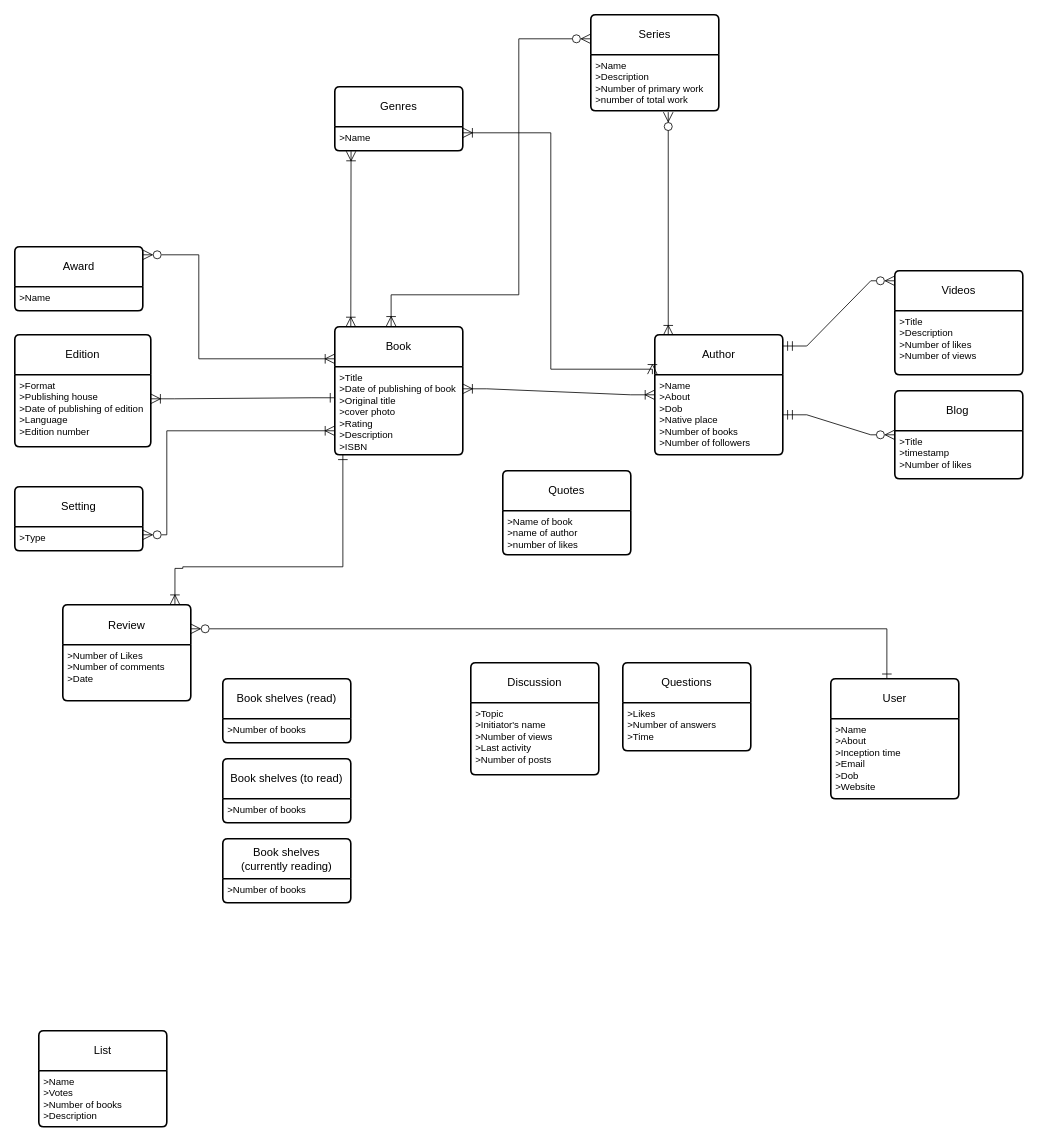
This is Untitled Diagram.drawio from AyushSaxena01/erd, a draw.io file, before an edit. Source tidied: cells renumbered, new cells numbered last; positions are measured from the earlier drawing's top-left corner, leaving out a move shared by most shapes. Both pictures are drawn from the tidied source at 80%, with x=0, y=0 at pixel (14, 14).
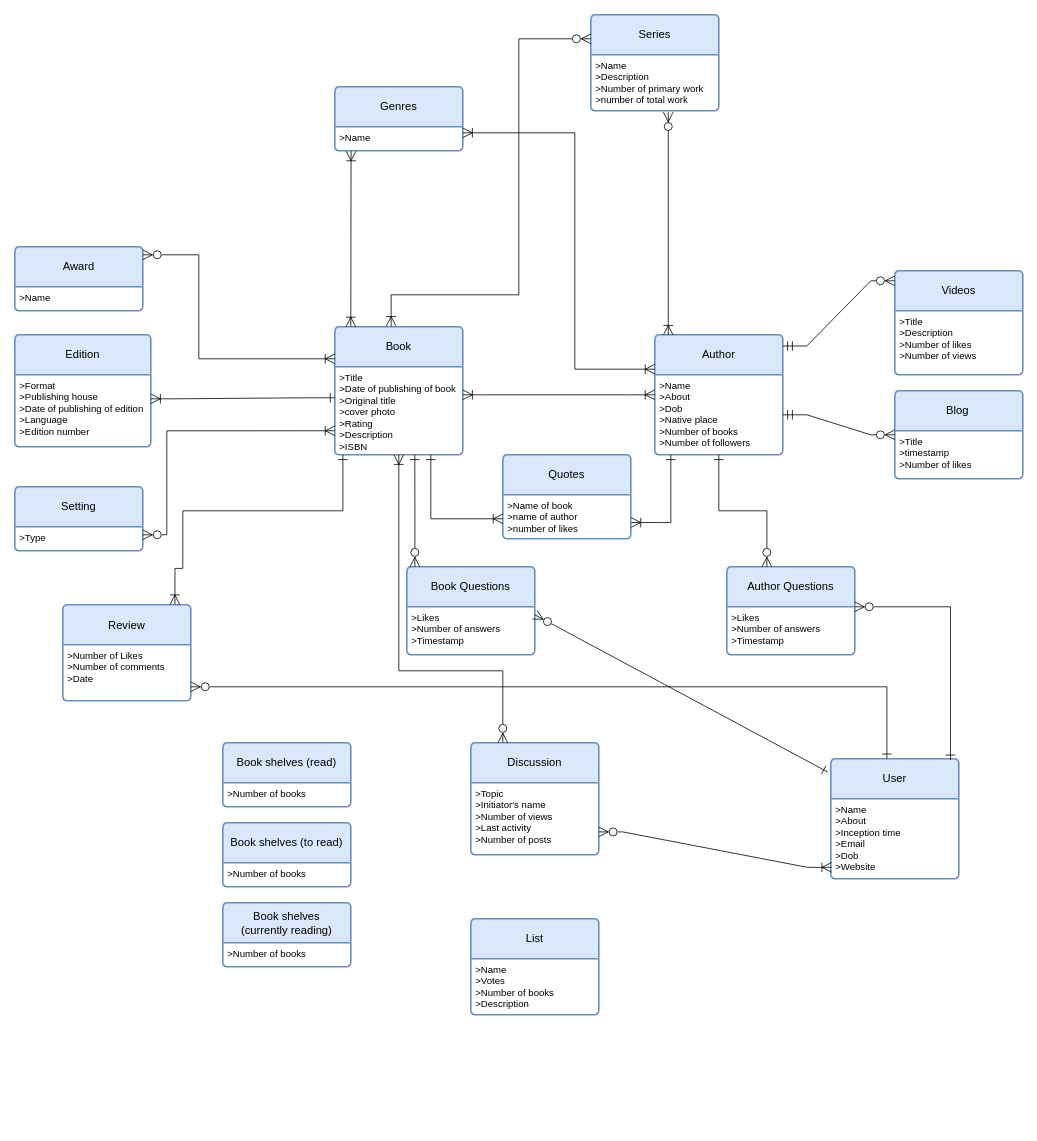
Above is the later version.

Unchanged cells that the change refers to:
```xml
<mxCell id="3" value="&amp;gt;Title&lt;br&gt;&amp;gt;Date of publishing of book&lt;br&gt;&amp;gt;Original title&lt;br&gt;&amp;gt;cover photo&lt;br&gt;&amp;gt;Rating&lt;br&gt;&amp;gt;Description&lt;br&gt;&amp;gt;ISBN" style="align=left;strokeColor=none;fillColor=none;spacingLeft=4;fontSize=12;verticalAlign=top;html=1;" parent="2" vertex="1">
  <mxGeometry y="50" width="160" height="110" as="geometry" />
</mxCell>
<mxCell id="5" value="&amp;gt;Name&lt;br&gt;&amp;gt;About&lt;br&gt;&amp;gt;Dob&lt;br&gt;&amp;gt;Native place&lt;br&gt;&amp;gt;Number of books&lt;br&gt;&amp;gt;Number of followers" style="align=left;strokeColor=none;fillColor=none;spacingLeft=4;fontSize=12;verticalAlign=top;html=1;" parent="4" vertex="1">
  <mxGeometry y="50" width="160" height="100" as="geometry" />
</mxCell>
<mxCell id="7" value="&amp;gt;Number of Likes&lt;br&gt;&amp;gt;Number of comments&lt;br&gt;&amp;gt;Date&amp;nbsp;" style="align=left;strokeColor=none;fillColor=none;spacingLeft=4;fontSize=12;verticalAlign=top;html=1;" parent="6" vertex="1">
  <mxGeometry y="50" width="160" height="70" as="geometry" />
</mxCell>
<mxCell id="9" value="&amp;gt;Name" style="align=left;strokeColor=none;fillColor=none;spacingLeft=4;fontSize=12;verticalAlign=top;html=1;" parent="8" vertex="1">
  <mxGeometry y="50" width="160" height="30" as="geometry" />
</mxCell>
<mxCell id="19" value="&amp;gt;Name of book&lt;br&gt;&amp;gt;name of author&lt;br&gt;&amp;gt;number of likes" style="align=left;strokeColor=none;fillColor=none;spacingLeft=4;fontSize=12;verticalAlign=top;html=1;" parent="18" vertex="1">
  <mxGeometry y="50" width="160" height="55" as="geometry" />
</mxCell>
<mxCell id="21" value="&amp;gt;Topic&lt;br&gt;&amp;gt;Initiator's name&lt;br&gt;&amp;gt;Number of views&lt;br&gt;&amp;gt;Last activity&lt;br&gt;&amp;gt;Number of posts" style="align=left;strokeColor=none;fillColor=none;spacingLeft=4;fontSize=12;verticalAlign=top;html=1;" parent="20" vertex="1">
  <mxGeometry y="50" width="160" height="90" as="geometry" />
</mxCell>
<mxCell id="27" value="&amp;gt;Name&lt;br&gt;&amp;gt;About&lt;br&gt;&amp;gt;Inception time&lt;br&gt;&amp;gt;Email&lt;br&gt;&amp;gt;Dob&lt;br&gt;&amp;gt;Website" style="align=left;strokeColor=none;fillColor=none;spacingLeft=4;fontSize=12;verticalAlign=top;html=1;" parent="26" vertex="1">
  <mxGeometry y="50" width="160" height="100" as="geometry" />
</mxCell>
```

Change to the diagram source:
```diff
@@
-    <mxCell id="2" value="Book" style="swimlane;horizontal=1;startSize=50;rounded=1;fontSize=14;fontStyle=0;strokeWidth=2;shadow=0;dashed=0;align=center;arcSize=4;whiteSpace=wrap;html=1;" parent="1" vertex="1">
+    <mxCell id="2" value="Book" style="swimlane;horizontal=1;startSize=50;rounded=1;fontSize=14;fontStyle=0;strokeWidth=2;shadow=0;dashed=0;align=center;arcSize=4;whiteSpace=wrap;html=1;fillColor=#dae8fc;strokeColor=#6c8ebf;" parent="1" vertex="1">
       <mxGeometry x="400" y="390" width="160" height="160" as="geometry" />
     </mxCell>
@@
-    <mxCell id="4" value="Author" style="swimlane;horizontal=1;startSize=50;rounded=1;fontSize=14;fontStyle=0;strokeWidth=2;shadow=0;dashed=0;align=center;arcSize=4;whiteSpace=wrap;html=1;" parent="1" vertex="1">
+    <mxCell id="4" value="Author" style="swimlane;horizontal=1;startSize=50;rounded=1;fontSize=14;fontStyle=0;strokeWidth=2;shadow=0;dashed=0;align=center;arcSize=4;whiteSpace=wrap;html=1;fillColor=#dae8fc;strokeColor=#6c8ebf;" parent="1" vertex="1">
       <mxGeometry x="800" y="400" width="160" height="150" as="geometry" />
     </mxCell>
@@
-    <mxCell id="6" value="Review" style="swimlane;horizontal=1;startSize=50;rounded=1;fontSize=14;fontStyle=0;strokeWidth=2;shadow=0;dashed=0;align=center;arcSize=4;whiteSpace=wrap;html=1;" parent="1" vertex="1">
+    <mxCell id="6" value="Review" style="swimlane;horizontal=1;startSize=50;rounded=1;fontSize=14;fontStyle=0;strokeWidth=2;shadow=0;dashed=0;align=center;arcSize=4;whiteSpace=wrap;html=1;fillColor=#dae8fc;strokeColor=#6c8ebf;" parent="1" vertex="1">
       <mxGeometry x="60" y="737.5" width="160" height="120" as="geometry" />
     </mxCell>
@@
-    <mxCell id="8" value="Genres" style="swimlane;horizontal=1;startSize=50;rounded=1;fontSize=14;fontStyle=0;strokeWidth=2;shadow=0;dashed=0;align=center;arcSize=4;whiteSpace=wrap;html=1;" parent="1" vertex="1">
+    <mxCell id="8" value="Genres" style="swimlane;horizontal=1;startSize=50;rounded=1;fontSize=14;fontStyle=0;strokeWidth=2;shadow=0;dashed=0;align=center;arcSize=4;whiteSpace=wrap;html=1;fillColor=#dae8fc;strokeColor=#6c8ebf;" parent="1" vertex="1">
       <mxGeometry x="400" y="90" width="160" height="80" as="geometry" />
     </mxCell>
@@
-    <mxCell id="10" value="Series" style="swimlane;horizontal=1;startSize=50;rounded=1;fontSize=14;fontStyle=0;strokeWidth=2;shadow=0;dashed=0;align=center;arcSize=4;whiteSpace=wrap;html=1;" parent="1" vertex="1">
+    <mxCell id="10" value="Series" style="swimlane;horizontal=1;startSize=50;rounded=1;fontSize=14;fontStyle=0;strokeWidth=2;shadow=0;dashed=0;align=center;arcSize=4;whiteSpace=wrap;html=1;fillColor=#dae8fc;strokeColor=#6c8ebf;" parent="1" vertex="1">
       <mxGeometry x="720" width="160" height="120" as="geometry" />
     </mxCell>
@@
-    <mxCell id="12" value="Setting" style="swimlane;horizontal=1;startSize=50;rounded=1;fontSize=14;fontStyle=0;strokeWidth=2;shadow=0;dashed=0;align=center;arcSize=4;whiteSpace=wrap;html=1;" parent="1" vertex="1">
+    <mxCell id="12" value="Setting" style="swimlane;horizontal=1;startSize=50;rounded=1;fontSize=14;fontStyle=0;strokeWidth=2;shadow=0;dashed=0;align=center;arcSize=4;whiteSpace=wrap;html=1;fillColor=#dae8fc;strokeColor=#6c8ebf;" parent="1" vertex="1">
       <mxGeometry y="590" width="160" height="80" as="geometry" />
     </mxCell>
@@
-    <mxCell id="14" value="Award" style="swimlane;horizontal=1;startSize=50;rounded=1;fontSize=14;fontStyle=0;strokeWidth=2;shadow=0;dashed=0;align=center;arcSize=4;whiteSpace=wrap;html=1;" parent="1" vertex="1">
+    <mxCell id="14" value="Award" style="swimlane;horizontal=1;startSize=50;rounded=1;fontSize=14;fontStyle=0;strokeWidth=2;shadow=0;dashed=0;align=center;arcSize=4;whiteSpace=wrap;html=1;fillColor=#dae8fc;strokeColor=#6c8ebf;" parent="1" vertex="1">
       <mxGeometry y="290" width="160" height="80" as="geometry" />
     </mxCell>
@@
-    <mxCell id="16" value="Edition" style="swimlane;horizontal=1;startSize=50;rounded=1;fontSize=14;fontStyle=0;strokeWidth=2;shadow=0;dashed=0;align=center;arcSize=4;whiteSpace=wrap;html=1;" parent="1" vertex="1">
+    <mxCell id="16" value="Edition" style="swimlane;horizontal=1;startSize=50;rounded=1;fontSize=14;fontStyle=0;strokeWidth=2;shadow=0;dashed=0;align=center;arcSize=4;whiteSpace=wrap;html=1;fillColor=#dae8fc;strokeColor=#6c8ebf;" parent="1" vertex="1">
       <mxGeometry y="400" width="170" height="140" as="geometry" />
     </mxCell>
@@
-    <mxCell id="18" value="Quotes" style="swimlane;horizontal=1;startSize=50;rounded=1;fontSize=14;fontStyle=0;strokeWidth=2;shadow=0;dashed=0;align=center;arcSize=4;whiteSpace=wrap;html=1;" parent="1" vertex="1">
-      <mxGeometry x="610" y="570" width="160" height="105" as="geometry" />
+    <mxCell id="18" value="Quotes" style="swimlane;horizontal=1;startSize=50;rounded=1;fontSize=14;fontStyle=0;strokeWidth=2;shadow=0;dashed=0;align=center;arcSize=4;whiteSpace=wrap;html=1;fillColor=#dae8fc;strokeColor=#6c8ebf;" parent="1" vertex="1">
+      <mxGeometry x="610" y="550" width="160" height="105" as="geometry" />
     </mxCell>
@@
-    <mxCell id="20" value="Discussion" style="swimlane;horizontal=1;startSize=50;rounded=1;fontSize=14;fontStyle=0;strokeWidth=2;shadow=0;dashed=0;align=center;arcSize=4;whiteSpace=wrap;html=1;" parent="1" vertex="1">
-      <mxGeometry x="570" y="810" width="160" height="140" as="geometry" />
+    <mxCell id="20" value="Discussion" style="swimlane;horizontal=1;startSize=50;rounded=1;fontSize=14;fontStyle=0;strokeWidth=2;shadow=0;dashed=0;align=center;arcSize=4;whiteSpace=wrap;html=1;fillColor=#dae8fc;strokeColor=#6c8ebf;" parent="1" vertex="1">
+      <mxGeometry x="570" y="910" width="160" height="140" as="geometry" />
     </mxCell>
@@
-    <mxCell id="22" value="Questions" style="swimlane;horizontal=1;startSize=50;rounded=1;fontSize=14;fontStyle=0;strokeWidth=2;shadow=0;dashed=0;align=center;arcSize=4;whiteSpace=wrap;html=1;" parent="1" vertex="1">
-      <mxGeometry x="760" y="810" width="160" height="110" as="geometry" />
+    <mxCell id="22" value="Author Questions" style="swimlane;horizontal=1;startSize=50;rounded=1;fontSize=14;fontStyle=0;strokeWidth=2;shadow=0;dashed=0;align=center;arcSize=4;whiteSpace=wrap;html=1;fillColor=#dae8fc;strokeColor=#6c8ebf;" parent="1" vertex="1">
+      <mxGeometry x="890" y="690" width="160" height="110" as="geometry" />
     </mxCell>
-    <mxCell id="23" value="&amp;gt;Likes&lt;br&gt;&amp;gt;Number of answers&lt;br&gt;&amp;gt;Time" style="align=left;strokeColor=none;fillColor=none;spacingLeft=4;fontSize=12;verticalAlign=top;html=1;" parent="22" vertex="1">
+    <mxCell id="23" value="&amp;gt;Likes&lt;br&gt;&amp;gt;Number of answers&lt;br&gt;&amp;gt;Timestamp" style="align=left;strokeColor=none;fillColor=none;spacingLeft=4;fontSize=12;verticalAlign=top;html=1;" parent="22" vertex="1">
       <mxGeometry y="50" width="160" height="60" as="geometry" />
     </mxCell>
-    <mxCell id="24" value="List" style="swimlane;horizontal=1;startSize=50;rounded=1;fontSize=14;fontStyle=0;strokeWidth=2;shadow=0;dashed=0;align=center;arcSize=4;whiteSpace=wrap;html=1;" parent="1" vertex="1">
-      <mxGeometry x="30" y="1270" width="160" height="120" as="geometry" />
+    <mxCell id="24" value="List" style="swimlane;horizontal=1;startSize=50;rounded=1;fontSize=14;fontStyle=0;strokeWidth=2;shadow=0;dashed=0;align=center;arcSize=4;whiteSpace=wrap;html=1;fillColor=#dae8fc;strokeColor=#6c8ebf;" parent="1" vertex="1">
+      <mxGeometry x="570" y="1130" width="160" height="120" as="geometry" />
     </mxCell>
@@
-    <mxCell id="26" value="User" style="swimlane;horizontal=1;startSize=50;rounded=1;fontSize=14;fontStyle=0;strokeWidth=2;shadow=0;dashed=0;align=center;arcSize=4;whiteSpace=wrap;html=1;" parent="1" vertex="1">
-      <mxGeometry x="1020" y="830" width="160" height="150" as="geometry" />
+    <mxCell id="26" value="User" style="swimlane;horizontal=1;startSize=50;rounded=1;fontSize=14;fontStyle=0;strokeWidth=2;shadow=0;dashed=0;align=center;arcSize=4;whiteSpace=wrap;html=1;fillColor=#dae8fc;strokeColor=#6c8ebf;" parent="1" vertex="1">
+      <mxGeometry x="1020" y="930" width="160" height="150" as="geometry" />
     </mxCell>
@@
-    <mxCell id="28" value="Book shelves (read)" style="swimlane;horizontal=1;startSize=50;rounded=1;fontSize=14;fontStyle=0;strokeWidth=2;shadow=0;dashed=0;align=center;arcSize=4;whiteSpace=wrap;html=1;" parent="1" vertex="1">
-      <mxGeometry x="260" y="830" width="160" height="80" as="geometry" />
+    <mxCell id="28" value="Book shelves (read)" style="swimlane;horizontal=1;startSize=50;rounded=1;fontSize=14;fontStyle=0;strokeWidth=2;shadow=0;dashed=0;align=center;arcSize=4;whiteSpace=wrap;html=1;fillColor=#dae8fc;strokeColor=#6c8ebf;" parent="1" vertex="1">
+      <mxGeometry x="260" y="910" width="160" height="80" as="geometry" />
     </mxCell>
@@
-    <mxCell id="30" value="Book shelves (to read)" style="swimlane;horizontal=1;startSize=50;rounded=1;fontSize=14;fontStyle=0;strokeWidth=2;shadow=0;dashed=0;align=center;arcSize=4;whiteSpace=wrap;html=1;" parent="1" vertex="1">
-      <mxGeometry x="260" y="930" width="160" height="80" as="geometry" />
+    <mxCell id="30" value="Book shelves (to read)" style="swimlane;horizontal=1;startSize=50;rounded=1;fontSize=14;fontStyle=0;strokeWidth=2;shadow=0;dashed=0;align=center;arcSize=4;whiteSpace=wrap;html=1;fillColor=#dae8fc;strokeColor=#6c8ebf;" parent="1" vertex="1">
+      <mxGeometry x="260" y="1010" width="160" height="80" as="geometry" />
     </mxCell>
@@
-    <mxCell id="32" value="Book shelves &lt;br&gt;(currently reading)" style="swimlane;horizontal=1;startSize=50;rounded=1;fontSize=14;fontStyle=0;strokeWidth=2;shadow=0;dashed=0;align=center;arcSize=4;whiteSpace=wrap;html=1;" parent="1" vertex="1">
-      <mxGeometry x="260" y="1030" width="160" height="80" as="geometry" />
+    <mxCell id="32" value="Book shelves &lt;br&gt;(currently reading)" style="swimlane;horizontal=1;startSize=50;rounded=1;fontSize=14;fontStyle=0;strokeWidth=2;shadow=0;dashed=0;align=center;arcSize=4;whiteSpace=wrap;html=1;fillColor=#dae8fc;strokeColor=#6c8ebf;" parent="1" vertex="1">
+      <mxGeometry x="260" y="1110" width="160" height="80" as="geometry" />
     </mxCell>
@@
-    <mxCell id="34" value="Blog&lt;span style=&quot;white-space: pre;&quot;&gt;&#9;&lt;/span&gt;" style="swimlane;horizontal=1;startSize=50;rounded=1;fontSize=14;fontStyle=0;strokeWidth=2;shadow=0;dashed=0;align=center;arcSize=4;whiteSpace=wrap;html=1;" parent="1" vertex="1">
+    <mxCell id="34" value="Blog&lt;span style=&quot;white-space: pre;&quot;&gt;&#9;&lt;/span&gt;" style="swimlane;horizontal=1;startSize=50;rounded=1;fontSize=14;fontStyle=0;strokeWidth=2;shadow=0;dashed=0;align=center;arcSize=4;whiteSpace=wrap;html=1;fillColor=#dae8fc;strokeColor=#6c8ebf;" parent="1" vertex="1">
       <mxGeometry x="1100" y="470" width="160" height="110" as="geometry" />
     </mxCell>
@@
-    <mxCell id="36" value="Videos" style="swimlane;horizontal=1;startSize=50;rounded=1;fontSize=14;fontStyle=0;strokeWidth=2;shadow=0;dashed=0;align=center;arcSize=4;whiteSpace=wrap;html=1;" parent="1" vertex="1">
+    <mxCell id="36" value="Videos" style="swimlane;horizontal=1;startSize=50;rounded=1;fontSize=14;fontStyle=0;strokeWidth=2;shadow=0;dashed=0;align=center;arcSize=4;whiteSpace=wrap;html=1;fillColor=#dae8fc;strokeColor=#6c8ebf;" parent="1" vertex="1">
       <mxGeometry x="1100" y="320" width="160" height="130" as="geometry" />
     </mxCell>
@@
-    <mxCell id="38" style="edgeStyle=entityRelationEdgeStyle;fontSize=12;html=1;endArrow=ERoneToMany;startArrow=ERoneToMany;rounded=0;exitX=1;exitY=0.25;exitDx=0;exitDy=0;endSize=10;startSize=10;entryX=0;entryY=0.25;entryDx=0;entryDy=0;" parent="1" edge="1" source="3" target="5">
+    <mxCell id="38" style="edgeStyle=entityRelationEdgeStyle;fontSize=12;html=1;endArrow=ERoneToMany;startArrow=ERoneToMany;rounded=0;endSize=10;startSize=10;entryX=0;entryY=0.25;entryDx=0;entryDy=0;" parent="1" edge="1" target="5">
       <mxGeometry relative="1" as="geometry">
+        <mxPoint x="560" y="475" as="sourcePoint" />
         <Array as="points">
           <mxPoint x="470" y="400" />
           <mxPoint x="600" y="420" />
         </Array>
       </mxGeometry>
     </mxCell>
@@
-    <mxCell id="41" style="fontSize=12;html=1;endArrow=ERoneToMany;endFill=0;startArrow=ERoneToMany;rounded=0;endSize=10;startSize=10;edgeStyle=orthogonalEdgeStyle;startFill=0;entryX=-0.019;entryY=0.328;entryDx=0;entryDy=0;entryPerimeter=0;exitX=1;exitY=0.25;exitDx=0;exitDy=0;" parent="1" edge="1" source="9" target="4">
+    <mxCell id="41" style="fontSize=12;html=1;endArrow=ERoneToMany;endFill=0;startArrow=ERoneToMany;rounded=0;endSize=10;startSize=10;edgeStyle=orthogonalEdgeStyle;startFill=0;exitX=1;exitY=0.25;exitDx=0;exitDy=0;" parent="1" edge="1" source="9">
       <mxGeometry relative="1" as="geometry">
+        <mxPoint x="800" y="443" as="targetPoint" />
         <Array as="points">
-          <mxPoint x="670" y="147" />
-          <mxPoint x="670" y="443" />
+          <mxPoint x="700" y="147" />
+          <mxPoint x="700" y="443" />
         </Array>
       </mxGeometry>
     </mxCell>
@@
     <mxCell id="48" style="edgeStyle=orthogonalEdgeStyle;fontSize=12;html=1;endArrow=ERone;startArrow=ERoneToMany;rounded=0;entryX=0.063;entryY=1;entryDx=0;entryDy=0;entryPerimeter=0;exitX=0.876;exitY=-0.003;exitDx=0;exitDy=0;exitPerimeter=0;endSize=10;startSize=10;endFill=0;startFill=0;" parent="1" edge="1" source="6" target="3">
       <mxGeometry relative="1" as="geometry">
         <Array as="points">
           <mxPoint x="200" y="692" />
           <mxPoint x="210" y="692" />
-          <mxPoint x="210" y="690" />
-          <mxPoint x="410" y="690" />
+          <mxPoint x="210" y="620" />
+          <mxPoint x="410" y="620" />
         </Array>
       </mxGeometry>
     </mxCell>
-    <mxCell id="49" style="edgeStyle=orthogonalEdgeStyle;fontSize=12;html=1;endArrow=ERone;startArrow=ERzeroToMany;rounded=0;entryX=0.438;entryY=0;entryDx=0;entryDy=0;entryPerimeter=0;exitX=1;exitY=0.25;exitDx=0;exitDy=0;startFill=0;endSize=10;startSize=10;endFill=0;" parent="1" edge="1" source="6" target="26">
+    <mxCell id="49" style="edgeStyle=orthogonalEdgeStyle;fontSize=12;html=1;endArrow=ERone;startArrow=ERzeroToMany;rounded=0;entryX=0.438;entryY=0;entryDx=0;entryDy=0;entryPerimeter=0;startFill=0;endSize=10;startSize=10;endFill=0;exitX=1;exitY=0.75;exitDx=0;exitDy=0;" parent="1" edge="1" source="7" target="26">
       <mxGeometry relative="1" as="geometry">
         <Array as="points">
-          <mxPoint x="1090" y="768" />
+          <mxPoint x="1090" y="840" />
         </Array>
       </mxGeometry>
     </mxCell>
+    <mxCell id="50" style="edgeStyle=orthogonalEdgeStyle;fontSize=12;html=1;endArrow=ERone;endFill=0;rounded=0;startArrow=ERoneToMany;startFill=0;endSize=10;startSize=10;exitX=0;exitY=0.545;exitDx=0;exitDy=0;exitPerimeter=0;" parent="1" edge="1" source="19">
+      <mxGeometry relative="1" as="geometry">
+        <mxPoint x="520" y="550" as="targetPoint" />
+        <Array as="points">
+          <mxPoint x="520" y="630" />
+        </Array>
+      </mxGeometry>
+    </mxCell>
+    <mxCell id="51" style="edgeStyle=orthogonalEdgeStyle;fontSize=12;html=1;endArrow=ERone;endFill=0;rounded=0;startArrow=ERoneToMany;startFill=0;endSize=10;startSize=10;exitX=1.003;exitY=0.63;exitDx=0;exitDy=0;exitPerimeter=0;" parent="1" edge="1" source="19">
+      <mxGeometry relative="1" as="geometry">
+        <mxPoint x="820" y="550" as="targetPoint" />
+        <Array as="points">
+          <mxPoint x="820" y="635" />
+        </Array>
+      </mxGeometry>
+    </mxCell>
+    <mxCell id="52" value="Book Questions" style="swimlane;horizontal=1;startSize=50;rounded=1;fontSize=14;fontStyle=0;strokeWidth=2;shadow=0;dashed=0;align=center;arcSize=4;whiteSpace=wrap;html=1;fillColor=#dae8fc;strokeColor=#6c8ebf;" parent="1" vertex="1">
+      <mxGeometry x="490" y="690" width="160" height="110" as="geometry" />
+    </mxCell>
+    <mxCell id="53" value="&amp;gt;Likes&lt;br&gt;&amp;gt;Number of answers&lt;br&gt;&amp;gt;Timestamp" style="align=left;strokeColor=none;fillColor=none;spacingLeft=4;fontSize=12;verticalAlign=top;html=1;" parent="52" vertex="1">
+      <mxGeometry y="50" width="160" height="60" as="geometry" />
+    </mxCell>
+    <mxCell id="54" style="edgeStyle=orthogonalEdgeStyle;fontSize=12;html=1;endArrow=ERone;rounded=0;endFill=0;startArrow=ERzeroToMany;startFill=0;endSize=10;startSize=10;exitX=0.063;exitY=0;exitDx=0;exitDy=0;exitPerimeter=0;entryX=0.625;entryY=1;entryDx=0;entryDy=0;entryPerimeter=0;" parent="1" edge="1" source="52" target="3">
+      <mxGeometry relative="1" as="geometry" />
+    </mxCell>
+    <mxCell id="55" style="edgeStyle=orthogonalEdgeStyle;fontSize=12;html=1;endArrow=ERone;rounded=0;exitX=0.313;exitY=0;exitDx=0;exitDy=0;endFill=0;startArrow=ERzeroToMany;startFill=0;endSize=10;startSize=10;exitPerimeter=0;" parent="1" edge="1" source="22" target="5">
+      <mxGeometry relative="1" as="geometry" />
+    </mxCell>
+    <mxCell id="56" style="edgeStyle=orthogonalEdgeStyle;fontSize=12;html=1;endArrow=ERone;rounded=0;entryX=0.935;entryY=0.009;entryDx=0;entryDy=0;endFill=0;startArrow=ERzeroToMany;startFill=0;endSize=10;startSize=10;entryPerimeter=0;exitX=1;exitY=0;exitDx=0;exitDy=0;" parent="1" edge="1" source="23" target="26">
+      <mxGeometry relative="1" as="geometry">
+        <Array as="points">
+          <mxPoint x="1170" y="740" />
+        </Array>
+      </mxGeometry>
+    </mxCell>
+    <mxCell id="57" style="fontSize=12;html=1;endArrow=ERone;rounded=0;endFill=0;startArrow=ERzeroToMany;startFill=0;endSize=10;startSize=10;entryX=-0.022;entryY=0.111;entryDx=0;entryDy=0;entryPerimeter=0;" parent="1" edge="1" target="26">
+      <mxGeometry relative="1" as="geometry">
+        <mxPoint x="650" y="750" as="sourcePoint" />
+      </mxGeometry>
+    </mxCell>
+    <mxCell id="58" style="edgeStyle=entityRelationEdgeStyle;fontSize=12;html=1;endArrow=ERoneToMany;endFill=0;rounded=0;exitX=0.999;exitY=0.682;exitDx=0;exitDy=0;exitPerimeter=0;endSize=10;startSize=10;entryX=0.006;entryY=0.857;entryDx=0;entryDy=0;entryPerimeter=0;startArrow=ERzeroToMany;startFill=0;" parent="1" edge="1" source="21" target="27">
+      <mxGeometry relative="1" as="geometry" />
+    </mxCell>
+    <mxCell id="59" style="edgeStyle=orthogonalEdgeStyle;fontSize=12;html=1;endArrow=ERoneToMany;startArrow=ERzeroToMany;rounded=0;entryX=0.5;entryY=1;entryDx=0;entryDy=0;exitX=0.25;exitY=0;exitDx=0;exitDy=0;endSize=10;startSize=10;startFill=0;endFill=0;" parent="1" edge="1" source="20" target="3">
+      <mxGeometry relative="1" as="geometry">
+        <Array as="points">
+          <mxPoint x="610" y="820" />
+          <mxPoint x="480" y="820" />
+        </Array>
+      </mxGeometry>
+    </mxCell>
```
